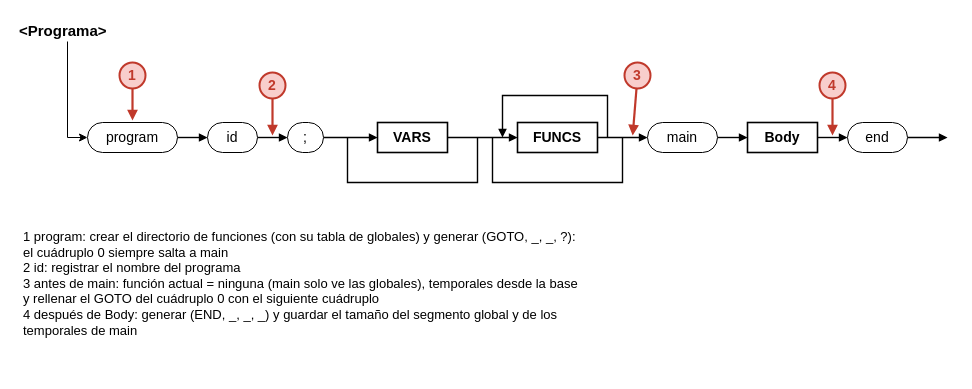
This is page "<Programa>" (1 of 14) of docs/diagramas/BabyDuck_puntos_neuralgicos.drawio from mykrex/compilador, a draw.io file, before an edit. Source tidied: cells renumbered, new cells numbered last; positions are measured from the earlier drawing's top-left corner, leaving out a move shared by most shapes. Both pictures are drawn from the tidied source at 100%, with x=0, y=0 at pixel (17, 17).
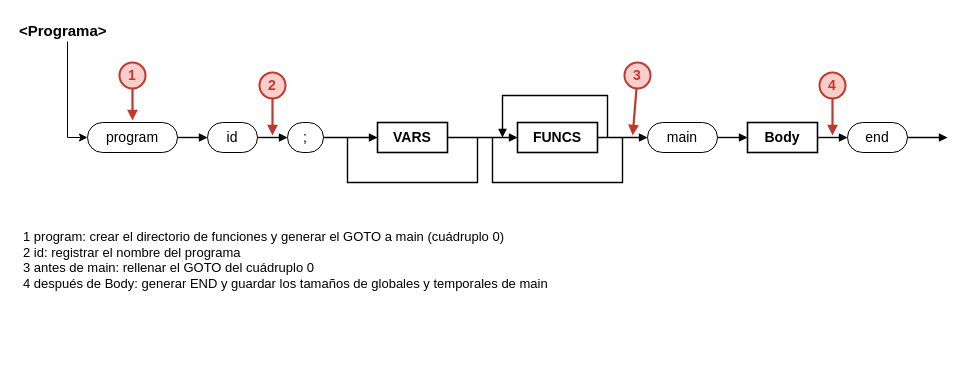
After the change.

Change to the diagram source:
```diff
@@
-    <mxCell id="31" value="1  program: crear el directorio de funciones (con su tabla de globales) y generar (GOTO, _, _, ?):&#10;   el cuádruplo 0 siempre salta a main&#10;2  id: registrar el nombre del programa&#10;3  antes de main: función actual = ninguna (main solo ve las globales), temporales desde la base&#10;   y rellenar el GOTO del cuádruplo 0 con el siguiente cuádruplo&#10;4  después de Body: generar (END, _, _, _) y guardar el tamaño del segmento global y de los&#10;   temporales de main" style="text;html=0;whiteSpace=wrap;fillColor=none;strokeColor=none;fontColor=#000000;align=left;verticalAlign=top;fontFamily=Arial;fontSize=13;spacingLeft=4;" parent="1" vertex="1">
-      <mxGeometry y="205" width="920" height="150" as="geometry" />
+    <mxCell id="31" value="1  program: crear el directorio de funciones y generar el GOTO a main (cuádruplo 0)&#10;2  id: registrar el nombre del programa&#10;3  antes de main: rellenar el GOTO del cuádruplo 0&#10;4  después de Body: generar END y guardar los tamaños de globales y temporales de main" style="text;html=0;whiteSpace=wrap;fillColor=none;strokeColor=none;fontColor=#000000;align=left;verticalAlign=top;fontFamily=Arial;fontSize=13;spacingLeft=4;" parent="1" vertex="1">
+      <mxGeometry y="205" width="540" height="75" as="geometry" />
     </mxCell>
```
